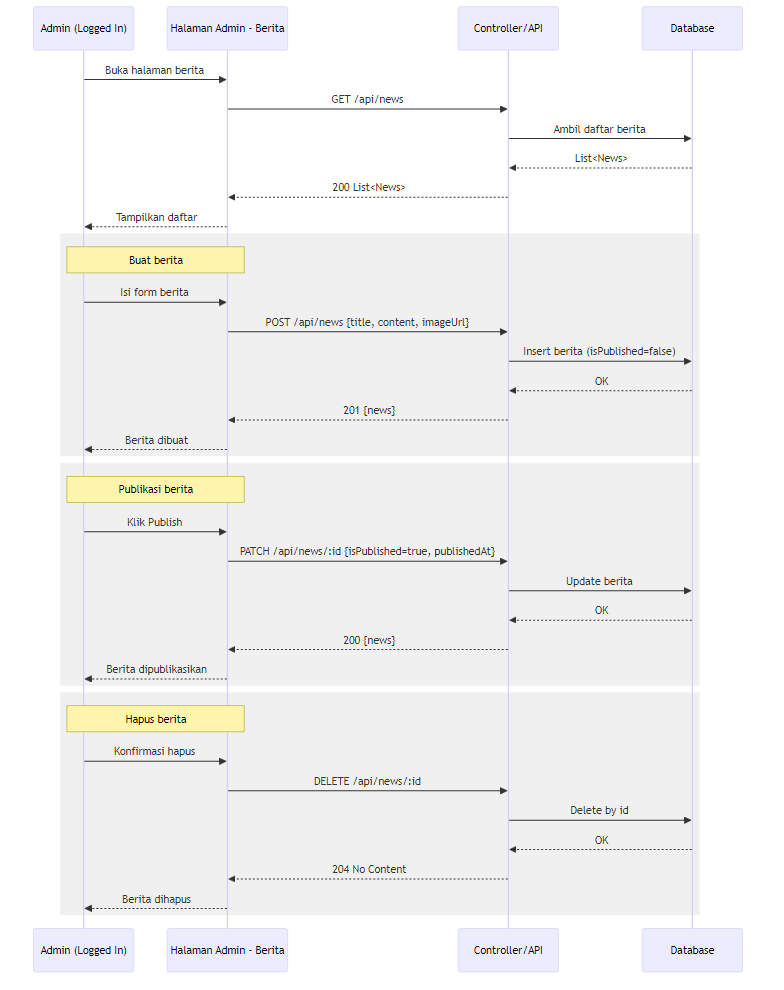
This is public/diagrams/seq_manajemen_berita.png from QilAqil/PPTB_BQ, a Mermaid export, as it was before one commit. Its source is kept beside it as diagrams/seq_manajemen_berita.mmd. Its diagram source:
```mermaid
sequenceDiagram
  participant A as Admin (Logged In)
  participant UI as Halaman Admin - Berita
  participant API as Controller/API
  participant DB as Database

  A->>UI: Buka halaman berita
  UI->>API: GET /api/news
  API->>DB: Ambil daftar berita
  DB-->>API: List<News>
  API-->>UI: 200 List<News>
  UI-->>A: Tampilkan daftar

  rect rgb(240,240,240)
    note over A,UI: Buat berita
    A->>UI: Isi form berita
    UI->>API: POST /api/news {title, content, imageUrl}
    API->>DB: Insert berita (isPublished=false)
    DB-->>API: OK
    API-->>UI: 201 {news}
    UI-->>A: Berita dibuat
  end

  rect rgb(240,240,240)
    note over A,UI: Publikasi berita
    A->>UI: Klik Publish
    UI->>API: PATCH /api/news/:id {isPublished=true, publishedAt}
    API->>DB: Update berita
    DB-->>API: OK
    API-->>UI: 200 {news}
    UI-->>A: Berita dipublikasikan
  end

  rect rgb(240,240,240)
    note over A,UI: Hapus berita
    A->>UI: Konfirmasi hapus
    UI->>API: DELETE /api/news/:id
    API->>DB: Delete by id
    DB-->>API: OK
    API-->>UI: 204 No Content
    UI-->>A: Berita dihapus
  end
```
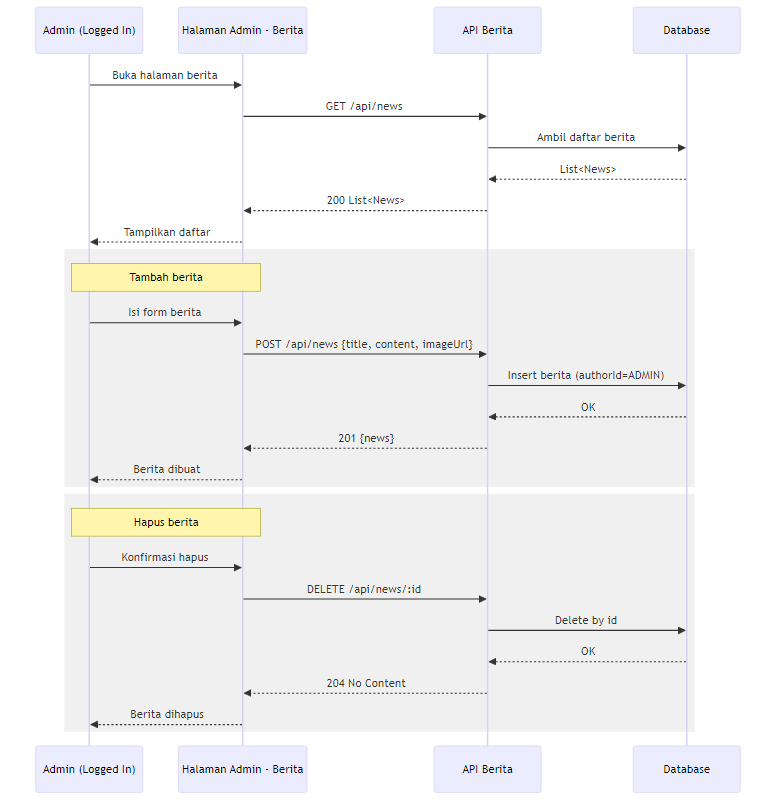
Later version of the same file.

Diff of the diagram source:
```diff
@@ -1,7 +1,7 @@
 sequenceDiagram
   participant A as Admin (Logged In)
   participant UI as Halaman Admin - Berita
-  participant API as Controller/API
+  participant API as API Berita
   participant DB as Database
 
   A->>UI: Buka halaman berita
@@ -12,23 +12,13 @@
   UI-->>A: Tampilkan daftar
 
   rect rgb(240,240,240)
-    note over A,UI: Buat berita
+    note over A,UI: Tambah berita
     A->>UI: Isi form berita
     UI->>API: POST /api/news {title, content, imageUrl}
-    API->>DB: Insert berita (isPublished=false)
+    API->>DB: Insert berita (authorId=ADMIN)
     DB-->>API: OK
     API-->>UI: 201 {news}
     UI-->>A: Berita dibuat
-  end
-
-  rect rgb(240,240,240)
-    note over A,UI: Publikasi berita
-    A->>UI: Klik Publish
-    UI->>API: PATCH /api/news/:id {isPublished=true, publishedAt}
-    API->>DB: Update berita
-    DB-->>API: OK
-    API-->>UI: 200 {news}
-    UI-->>A: Berita dipublikasikan
   end
 
   rect rgb(240,240,240)
```
